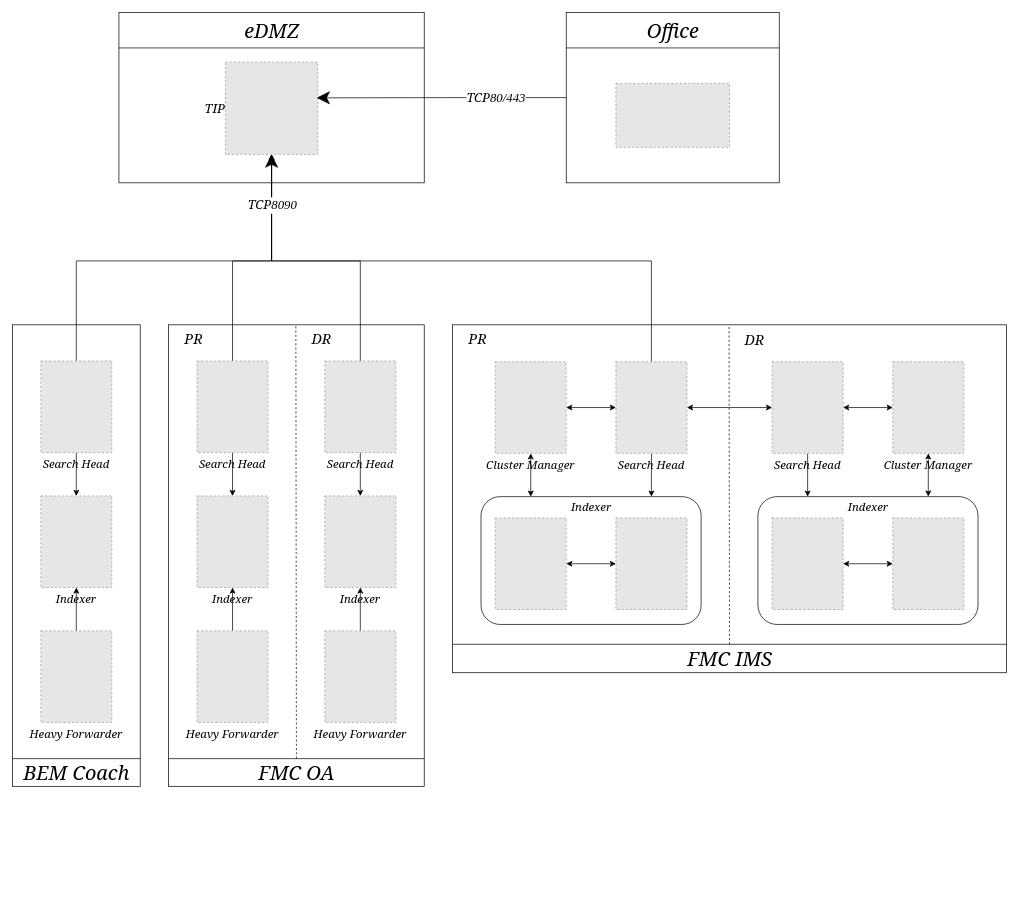
The draw.io diagram img/blk-bem/BLK_tip_v1.1.drawio in sumkomorebi/PicGo, before the edit. Source tidied: cells renumbered, new cells numbered last; positions are measured from the earlier drawing's top-left corner, leaving out a move shared by most shapes. Both pictures are drawn from the tidied source at 71%, with x=0, y=0 at pixel (12, 12). Pictures stored in the file or linked from it are replaced by grey dashed boxes.
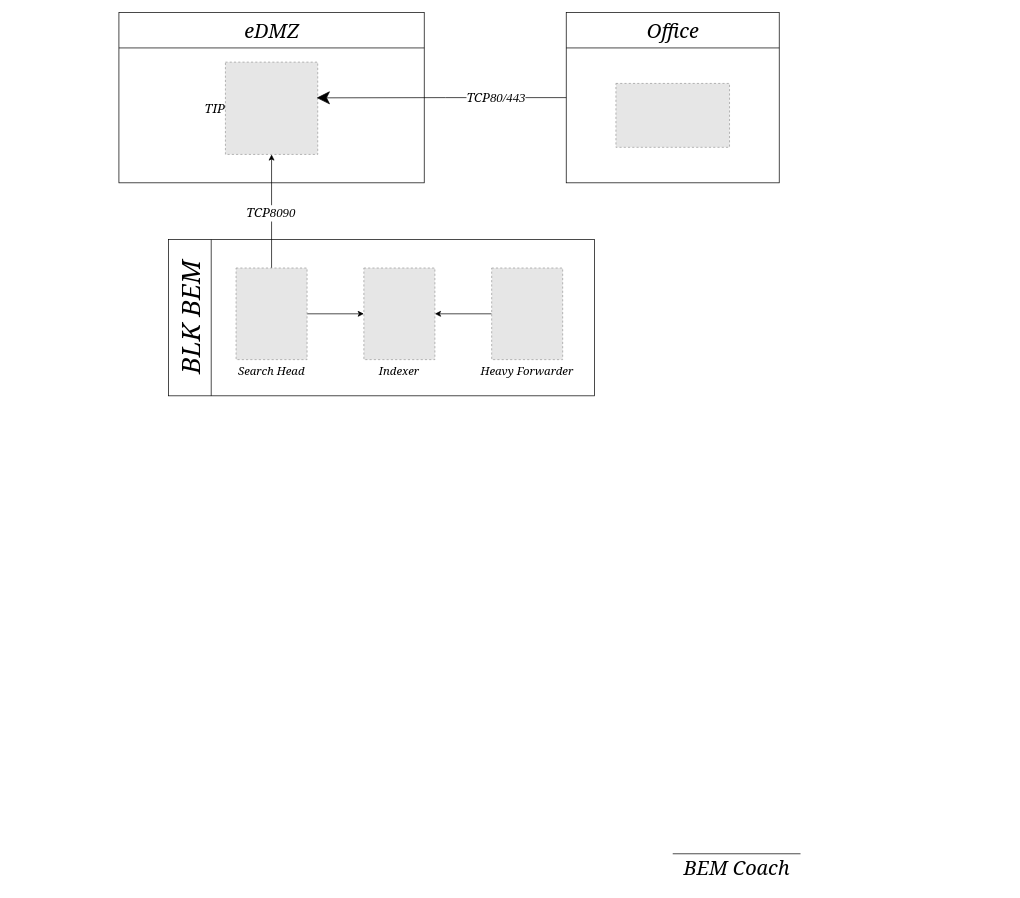
After the change.

Unchanged cells that the change refers to:
```xml
<mxCell id="12" style="fillColor=#E6E6E6;strokeColor=#999999;dashed=1;verticalLabelPosition=bottom;labelBackgroundColor=default;verticalAlign=top;fontStyle=2;fontFamily=Georgia;fontSize=20;" parent="1" vertex="1">
  <mxGeometry x="300" y="70" width="130" height="130" as="geometry" />
</mxCell>
```

Diff of the diagram source:
```diff
@@
-    <mxCell id="4" style="whiteSpace=wrap;html=1;" parent="1" vertex="1">
-      <mxGeometry x="620" y="440" width="780" height="490" as="geometry" />
-    </mxCell>
-    <mxCell id="5" style="whiteSpace=wrap;html=1;" parent="1" vertex="1">
-      <mxGeometry x="220" y="440" width="360" height="650" as="geometry" />
-    </mxCell>
-    <mxCell id="6" style="edgeStyle=orthogonalEdgeStyle;rounded=0;jettySize=auto;html=1;entryX=0.5;entryY=0;entryDx=0;entryDy=0;" parent="1" edge="1" source="8" target="9">
-      <mxGeometry relative="1" as="geometry" />
-    </mxCell>
-    <mxCell id="7" style="edgeStyle=orthogonalEdgeStyle;rounded=0;jettySize=auto;html=1;entryX=0.5;entryY=1;entryDx=0;entryDy=0;exitX=0.5;exitY=0;exitDx=0;exitDy=0;" parent="1" edge="1" source="8" target="12">
-      <mxGeometry relative="1" as="geometry">
-        <Array as="points">
-          <mxPoint x="310" y="350" />
-          <mxPoint x="365" y="350" />
-        </Array>
-      </mxGeometry>
-    </mxCell>
-    <mxCell id="8" value="Search Head" style="fillColor=#E6E6E6;strokeColor=#999999;dashed=1;verticalLabelPosition=bottom;verticalAlign=top;fontFamily=Georgia;fontStyle=2;fontSize=16;" parent="1" vertex="1">
-      <mxGeometry x="260" y="491" width="100" height="129" as="geometry" />
-    </mxCell>
-    <mxCell id="9" value="Indexer" style="fillColor=#E6E6E6;strokeColor=#999999;dashed=1;verticalLabelPosition=bottom;verticalAlign=top;fontStyle=2;fontFamily=Georgia;fontSize=16;" parent="1" vertex="1">
-      <mxGeometry x="260" y="681" width="100" height="129" as="geometry" />
-    </mxCell>
-    <mxCell id="10" style="edgeStyle=orthogonalEdgeStyle;rounded=0;jettySize=auto;html=1;exitX=0.5;exitY=0;exitDx=0;exitDy=0;entryX=0.5;entryY=1;entryDx=0;entryDy=0;" parent="1" edge="1" source="11" target="9">
-      <mxGeometry relative="1" as="geometry" />
-    </mxCell>
-    <mxCell id="11" value="Heavy Forwarder" style="fillColor=#E6E6E6;strokeColor=#999999;dashed=1;verticalLabelPosition=bottom;verticalAlign=top;fontFamily=Georgia;fontStyle=2;fontSize=16;" parent="1" vertex="1">
-      <mxGeometry x="260" y="871" width="100" height="129" as="geometry" />
-    </mxCell>
@@
-    <mxCell id="13" style="edgeStyle=orthogonalEdgeStyle;rounded=0;jettySize=auto;html=1;entryX=0.5;entryY=0;entryDx=0;entryDy=0;" parent="1" edge="1" source="15" target="16">
-      <mxGeometry relative="1" as="geometry" />
-    </mxCell>
-    <mxCell id="14" style="edgeStyle=orthogonalEdgeStyle;rounded=0;jettySize=auto;html=1;entryX=0.5;entryY=1;entryDx=0;entryDy=0;exitX=0.5;exitY=0;exitDx=0;exitDy=0;" parent="1" edge="1" source="15" target="12">
-      <mxGeometry relative="1" as="geometry">
-        <Array as="points">
-          <mxPoint x="490" y="350" />
-          <mxPoint x="365" y="350" />
-        </Array>
-      </mxGeometry>
-    </mxCell>
-    <mxCell id="15" value="Search Head" style="fillColor=#E6E6E6;strokeColor=#999999;dashed=1;verticalLabelPosition=bottom;verticalAlign=top;fontFamily=Georgia;fontStyle=2;fontSize=16;" parent="1" vertex="1">
-      <mxGeometry x="440" y="491" width="100" height="129" as="geometry" />
-    </mxCell>
-    <mxCell id="16" value="Indexer" style="fillColor=#E6E6E6;strokeColor=#999999;dashed=1;verticalLabelPosition=bottom;verticalAlign=top;fontStyle=2;fontFamily=Georgia;fontSize=16;" parent="1" vertex="1">
-      <mxGeometry x="440" y="681" width="100" height="129" as="geometry" />
-    </mxCell>
-    <mxCell id="17" style="edgeStyle=orthogonalEdgeStyle;rounded=0;jettySize=auto;html=1;exitX=0.5;exitY=0;exitDx=0;exitDy=0;entryX=0.5;entryY=1;entryDx=0;entryDy=0;" parent="1" edge="1" source="18" target="16">
-      <mxGeometry relative="1" as="geometry" />
-    </mxCell>
-    <mxCell id="18" value="Heavy Forwarder" style="fillColor=#E6E6E6;strokeColor=#999999;dashed=1;verticalLabelPosition=bottom;verticalAlign=top;fontFamily=Georgia;fontStyle=2;fontSize=16;" parent="1" vertex="1">
-      <mxGeometry x="440" y="871" width="100" height="129" as="geometry" />
-    </mxCell>
-    <mxCell id="19" style="endArrow=none;dashed=1;html=1;rounded=0;" parent="1" edge="1">
-      <mxGeometry relative="1" as="geometry">
-        <mxPoint x="400" y="1051" as="sourcePoint" />
-        <mxPoint x="399.2" y="440" as="targetPoint" />
-      </mxGeometry>
-    </mxCell>
-    <mxCell id="20" value="PR" style="text;html=1;align=center;verticalAlign=middle;strokeColor=none;fillColor=none;fontFamily=Georgia;fontStyle=2;fontSize=20;" parent="1" vertex="1">
-      <mxGeometry x="230" y="440" width="50" height="40" as="geometry" />
-    </mxCell>
-    <mxCell id="21" value="DR" style="text;html=1;align=center;verticalAlign=middle;strokeColor=none;fillColor=none;fontFamily=Georgia;fontStyle=2;fontSize=20;" parent="1" vertex="1">
-      <mxGeometry x="410" y="440" width="50" height="40" as="geometry" />
-    </mxCell>
-    <mxCell id="22" style="endArrow=none;html=1;rounded=0;" parent="1" edge="1">
-      <mxGeometry relative="1" as="geometry">
-        <mxPoint x="220" y="1051" as="sourcePoint" />
-        <mxPoint x="580" y="1051" as="targetPoint" />
-      </mxGeometry>
-    </mxCell>
-    <mxCell id="23" value="FMC OA" style="text;html=1;align=center;verticalAlign=middle;strokeColor=none;fillColor=none;fontStyle=2;fontFamily=Georgia;fontSize=28;" parent="1" vertex="1">
-      <mxGeometry x="335" y="1046" width="130" height="50" as="geometry" />
-    </mxCell>
-    <mxCell id="24" style="rounded=1;whiteSpace=wrap;html=1;fillColor=none;labelBackgroundColor=none;" parent="1" vertex="1">
-      <mxGeometry x="660" y="682" width="310" height="180" as="geometry" />
-    </mxCell>
-    <mxCell id="25" style="edgeStyle=orthogonalEdgeStyle;rounded=0;jettySize=auto;html=1;entryX=0;entryY=0.5;entryDx=0;entryDy=0;exitX=1;exitY=0.5;exitDx=0;exitDy=0;startArrow=classic;startFill=1;labelBackgroundColor=none;fontColor=default;" parent="1" edge="1" source="27" target="33">
-      <mxGeometry relative="1" as="geometry" />
-    </mxCell>
-    <mxCell id="26" style="edgeStyle=orthogonalEdgeStyle;rounded=0;jettySize=auto;html=1;exitX=0.5;exitY=1;exitDx=0;exitDy=0;entryX=0.226;entryY=0;entryDx=0;entryDy=0;entryPerimeter=0;startArrow=classic;startFill=1;" parent="1" edge="1" source="27" target="24">
-      <mxGeometry relative="1" as="geometry" />
-    </mxCell>
-    <mxCell id="27" value="Cluster Manager" style="fillColor=#E6E6E6;strokeColor=#999999;dashed=1;verticalLabelPosition=bottom;verticalAlign=top;labelBackgroundColor=none;fontFamily=Georgia;fontStyle=2;fontSize=16;" parent="1" vertex="1">
-      <mxGeometry x="680" y="492" width="100" height="129" as="geometry" />
-    </mxCell>
-    <mxCell id="28" style="edgeStyle=orthogonalEdgeStyle;rounded=0;jettySize=auto;html=1;entryX=0;entryY=0.5;entryDx=0;entryDy=0;verticalAlign=middle;startArrow=classic;startFill=1;labelBackgroundColor=none;fontColor=default;" parent="1" edge="1" source="29" target="34">
-      <mxGeometry relative="1" as="geometry" />
-    </mxCell>
-    <mxCell id="29" style="fillColor=#E6E6E6;strokeColor=#999999;dashed=1;verticalLabelPosition=bottom;verticalAlign=top;labelBackgroundColor=none;" parent="1" vertex="1">
-      <mxGeometry x="680" y="712" width="100" height="129" as="geometry" />
-    </mxCell>
-    <mxCell id="30" style="edgeStyle=orthogonalEdgeStyle;shape=connector;rounded=0;jettySize=auto;html=1;exitX=1;exitY=0.5;exitDx=0;exitDy=0;entryX=0;entryY=0.5;entryDx=0;entryDy=0;labelBackgroundColor=none;strokeColor=default;fontFamily=Helvetica;fontSize=11;fontColor=default;startArrow=classic;startFill=1;endArrow=classic;endFill=1;" parent="1" edge="1" source="33" target="42">
-      <mxGeometry relative="1" as="geometry" />
-    </mxCell>
-    <mxCell id="31" style="edgeStyle=orthogonalEdgeStyle;rounded=0;jettySize=auto;html=1;" parent="1" edge="1" source="33">
-      <mxGeometry relative="1" as="geometry">
-        <mxPoint x="900" y="682" as="targetPoint" />
-      </mxGeometry>
-    </mxCell>
-    <mxCell id="32" style="edgeStyle=orthogonalEdgeStyle;rounded=0;jettySize=auto;html=1;entryX=0.5;entryY=1;entryDx=0;entryDy=0;exitX=0.5;exitY=0;exitDx=0;exitDy=0;" parent="1" edge="1" source="33" target="12">
-      <mxGeometry relative="1" as="geometry">
-        <Array as="points">
-          <mxPoint x="900" y="350" />
-          <mxPoint x="365" y="350" />
-        </Array>
-      </mxGeometry>
-    </mxCell>
-    <mxCell id="33" value="Search Head" style="fillColor=#E6E6E6;strokeColor=#999999;dashed=1;verticalLabelPosition=bottom;verticalAlign=top;labelBackgroundColor=none;fontStyle=2;fontSize=16;fontFamily=Georgia;" parent="1" vertex="1">
-      <mxGeometry x="850" y="492" width="100" height="129" as="geometry" />
-    </mxCell>
-    <mxCell id="34" style="fillColor=#E6E6E6;strokeColor=#999999;dashed=1;verticalLabelPosition=bottom;verticalAlign=top;labelBackgroundColor=none;" parent="1" vertex="1">
-      <mxGeometry x="850" y="712" width="100" height="129" as="geometry" />
-    </mxCell>
-    <mxCell id="35" value="Indexer" style="text;html=1;align=center;verticalAlign=middle;strokeColor=none;fillColor=none;fontFamily=Georgia;fontStyle=2;fontSize=16;labelBackgroundColor=none;" parent="1" vertex="1">
-      <mxGeometry x="775" y="682" width="80" height="30" as="geometry" />
-    </mxCell>
-    <mxCell id="36" style="rounded=1;whiteSpace=wrap;html=1;fillColor=none;labelBackgroundColor=none;" parent="1" vertex="1">
-      <mxGeometry x="1050" y="682" width="310" height="180" as="geometry" />
-    </mxCell>
-    <mxCell id="37" style="edgeStyle=orthogonalEdgeStyle;rounded=0;jettySize=auto;html=1;entryX=1;entryY=0.5;entryDx=0;entryDy=0;startArrow=classic;startFill=1;" parent="1" edge="1" source="38" target="42">
-      <mxGeometry relative="1" as="geometry" />
-    </mxCell>
-    <mxCell id="38" value="Cluster Manager" style="fillColor=#E6E6E6;strokeColor=#999999;dashed=1;verticalLabelPosition=bottom;verticalAlign=top;labelBackgroundColor=none;fontStyle=2;fontSize=16;fontFamily=Georgia;" parent="1" vertex="1">
-      <mxGeometry x="1240" y="492" width="100" height="129" as="geometry" />
-    </mxCell>
-    <mxCell id="39" style="edgeStyle=orthogonalEdgeStyle;rounded=0;jettySize=auto;html=1;entryX=0;entryY=0.5;entryDx=0;entryDy=0;verticalAlign=middle;startArrow=classic;startFill=1;labelBackgroundColor=none;fontColor=default;" parent="1" edge="1" source="40" target="43">
-      <mxGeometry relative="1" as="geometry" />
-    </mxCell>
-    <mxCell id="40" style="fillColor=#E6E6E6;strokeColor=#999999;dashed=1;verticalLabelPosition=bottom;verticalAlign=top;labelBackgroundColor=none;" parent="1" vertex="1">
-      <mxGeometry x="1070" y="712" width="100" height="129" as="geometry" />
-    </mxCell>
-    <mxCell id="41" style="edgeStyle=orthogonalEdgeStyle;rounded=0;jettySize=auto;html=1;exitX=0.5;exitY=1;exitDx=0;exitDy=0;" parent="1" edge="1" source="42">
-      <mxGeometry relative="1" as="geometry">
-        <mxPoint x="1120" y="682" as="targetPoint" />
-      </mxGeometry>
-    </mxCell>
-    <mxCell id="42" value="Search Head" style="fillColor=#E6E6E6;strokeColor=#999999;dashed=1;verticalLabelPosition=bottom;verticalAlign=top;labelBackgroundColor=none;fontStyle=2;fontFamily=Georgia;fontSize=16;" parent="1" vertex="1">
-      <mxGeometry x="1070" y="492" width="100" height="129" as="geometry" />
-    </mxCell>
-    <mxCell id="43" style="fillColor=#E6E6E6;strokeColor=#999999;dashed=1;verticalLabelPosition=bottom;verticalAlign=top;labelBackgroundColor=none;" parent="1" vertex="1">
-      <mxGeometry x="1240" y="712" width="100" height="129" as="geometry" />
-    </mxCell>
-    <mxCell id="44" value="Indexer" style="text;html=1;align=center;verticalAlign=middle;strokeColor=none;fillColor=none;fontFamily=Georgia;fontStyle=2;fontSize=16;labelBackgroundColor=none;" parent="1" vertex="1">
-      <mxGeometry x="1165" y="682" width="80" height="30" as="geometry" />
-    </mxCell>
-    <mxCell id="45" style="edgeStyle=orthogonalEdgeStyle;rounded=0;orthogonalLoop=1;jettySize=auto;html=1;exitX=0.5;exitY=1;exitDx=0;exitDy=0;labelBackgroundColor=none;fontColor=default;" parent="1" edge="1">
-      <mxGeometry relative="1" as="geometry">
-        <mxPoint x="660" y="912" as="sourcePoint" />
-        <mxPoint x="660" y="912" as="targetPoint" />
-      </mxGeometry>
-    </mxCell>
-    <mxCell id="46" style="edgeStyle=orthogonalEdgeStyle;rounded=0;jettySize=auto;html=1;exitX=0.5;exitY=1;exitDx=0;exitDy=0;entryX=0.774;entryY=-0.001;entryDx=0;entryDy=0;entryPerimeter=0;startArrow=classic;startFill=1;" parent="1" edge="1" source="38" target="36">
-      <mxGeometry relative="1" as="geometry" />
-    </mxCell>
-    <mxCell id="47" style="endArrow=none;dashed=1;html=1;rounded=0;" parent="1" edge="1">
-      <mxGeometry relative="1" as="geometry">
-        <mxPoint x="1010" y="890" as="sourcePoint" />
-        <mxPoint x="1009.3" y="440" as="targetPoint" />
-      </mxGeometry>
-    </mxCell>
-    <mxCell id="48" style="endArrow=none;html=1;rounded=0;" parent="1" edge="1">
-      <mxGeometry relative="1" as="geometry">
-        <mxPoint x="620" y="890" as="sourcePoint" />
-        <mxPoint x="1400" y="890" as="targetPoint" />
-      </mxGeometry>
-    </mxCell>
-    <mxCell id="49" value="FMC IMS" style="text;html=1;align=center;verticalAlign=middle;strokeColor=none;fillColor=none;fontStyle=2;fontFamily=Georgia;fontSize=28;" parent="1" vertex="1">
-      <mxGeometry x="940" y="885" width="140" height="50" as="geometry" />
-    </mxCell>
-    <mxCell id="50" value="DR" style="text;html=1;align=center;verticalAlign=middle;strokeColor=none;fillColor=none;fontFamily=Georgia;fontStyle=2;fontSize=20;" parent="1" vertex="1">
-      <mxGeometry x="1020" y="441" width="50" height="40" as="geometry" />
-    </mxCell>
-    <mxCell id="51" value="PR" style="text;html=1;align=center;verticalAlign=middle;strokeColor=none;fillColor=none;fontFamily=Georgia;fontStyle=2;fontSize=20;" parent="1" vertex="1">
-      <mxGeometry x="630" y="440" width="50" height="40" as="geometry" />
-    </mxCell>
     <mxCell id="52" style="whiteSpace=wrap;html=1;" parent="1" vertex="1">
-      <mxGeometry y="440" width="180" height="650" as="geometry" />
+      <mxGeometry x="220" y="320" width="600" height="220" as="geometry" />
     </mxCell>
-    <mxCell id="53" style="edgeStyle=orthogonalEdgeStyle;rounded=0;jettySize=auto;html=1;entryX=0.5;entryY=0;entryDx=0;entryDy=0;" parent="1" edge="1" source="56" target="57">
+    <mxCell id="53" style="edgeStyle=orthogonalEdgeStyle;rounded=0;jettySize=auto;html=1;entryX=0;entryY=0.5;entryDx=0;entryDy=0;" parent="1" edge="1" source="56" target="57">
       <mxGeometry relative="1" as="geometry" />
     </mxCell>
-    <mxCell id="54" style="edgeStyle=orthogonalEdgeStyle;rounded=0;jettySize=auto;html=1;exitX=0.5;exitY=0;exitDx=0;exitDy=0;entryX=0.5;entryY=1;entryDx=0;entryDy=0;endSize=16;" parent="1" edge="1" source="56" target="12">
-      <mxGeometry relative="1" as="geometry">
-        <Array as="points">
-          <mxPoint x="90" y="350" />
-          <mxPoint x="365" y="350" />
-        </Array>
-      </mxGeometry>
+    <mxCell id="54" style="edgeStyle=orthogonalEdgeStyle;rounded=0;jettySize=auto;html=1;" parent="1" edge="1" source="56" target="12">
+      <mxGeometry relative="1" as="geometry" />
     </mxCell>
-    <mxCell id="55" value="TCP&lt;font face=&quot;Times New Roman&quot; style=&quot;font-size: 18px;&quot;&gt;8090&lt;/font&gt;" style="edgeLabel;html=1;align=center;verticalAlign=middle;fontStyle=2;fontFamily=Georgia;fontSize=18;" parent="54" vertex="1">
-      <mxGeometry x="0.9" y="-3" relative="1" as="geometry">
-        <mxPoint x="-3" y="43" as="offset" />
-      </mxGeometry>
+    <mxCell id="55" value="TCP&lt;font face=&quot;Times New Roman&quot;&gt;8090&lt;/font&gt;" style="edgeLabel;html=1;align=center;verticalAlign=middle;fontSize=18;fontFamily=Georgia;fontStyle=2;" parent="54" vertex="1">
+      <mxGeometry x="-0.03" y="2" relative="1" as="geometry" />
     </mxCell>
     <mxCell id="56" value="Search Head" style="fillColor=#E6E6E6;strokeColor=#999999;dashed=1;verticalLabelPosition=bottom;verticalAlign=top;fontFamily=Georgia;fontStyle=2;fontSize=16;" parent="1" vertex="1">
-      <mxGeometry x="40" y="491" width="100" height="129" as="geometry" />
+      <mxGeometry x="315" y="360" width="100" height="129" as="geometry" />
     </mxCell>
     <mxCell id="57" value="Indexer" style="fillColor=#E6E6E6;strokeColor=#999999;dashed=1;verticalLabelPosition=bottom;verticalAlign=top;fontStyle=2;fontFamily=Georgia;fontSize=16;" parent="1" vertex="1">
-      <mxGeometry x="40" y="681" width="100" height="129" as="geometry" />
+      <mxGeometry x="495" y="360" width="100" height="129" as="geometry" />
     </mxCell>
-    <mxCell id="58" style="edgeStyle=orthogonalEdgeStyle;rounded=0;jettySize=auto;html=1;exitX=0.5;exitY=0;exitDx=0;exitDy=0;entryX=0.5;entryY=1;entryDx=0;entryDy=0;" parent="1" edge="1" source="59" target="57">
+    <mxCell id="58" style="edgeStyle=orthogonalEdgeStyle;rounded=0;jettySize=auto;html=1;" parent="1" edge="1" source="59" target="57">
       <mxGeometry relative="1" as="geometry" />
     </mxCell>
     <mxCell id="59" value="Heavy Forwarder" style="fillColor=#E6E6E6;strokeColor=#999999;dashed=1;verticalLabelPosition=bottom;verticalAlign=top;fontFamily=Georgia;fontStyle=2;fontSize=16;" parent="1" vertex="1">
-      <mxGeometry x="40" y="871" width="100" height="129" as="geometry" />
+      <mxGeometry x="675" y="360" width="100" height="129" as="geometry" />
     </mxCell>
     <mxCell id="60" style="endArrow=none;html=1;rounded=0;" parent="1" edge="1">
       <mxGeometry relative="1" as="geometry">
-        <mxPoint y="1051" as="sourcePoint" />
-        <mxPoint x="180" y="1051" as="targetPoint" />
+        <mxPoint x="930" y="1185" as="sourcePoint" />
+        <mxPoint x="1110" y="1185" as="targetPoint" />
       </mxGeometry>
     </mxCell>
     <mxCell id="61" value="BEM Coach" style="text;html=1;align=center;verticalAlign=middle;strokeColor=none;fillColor=none;fontStyle=2;fontFamily=Georgia;fontSize=28;" parent="1" vertex="1">
-      <mxGeometry x="5" y="1046" width="170" height="50" as="geometry" />
+      <mxGeometry x="935" y="1180" width="170" height="50" as="geometry" />
     </mxCell>
@@
+    <mxCell id="70" style="endArrow=none;html=1;rounded=0;exitX=0.131;exitY=0;exitDx=0;exitDy=0;exitPerimeter=0;entryX=0.131;entryY=1;entryDx=0;entryDy=0;entryPerimeter=0;" parent="1" edge="1">
+      <mxGeometry relative="1" as="geometry">
+        <mxPoint x="280" y="320" as="sourcePoint" />
+        <mxPoint x="280" y="540" as="targetPoint" />
+      </mxGeometry>
+    </mxCell>
+    <mxCell id="71" value="BLK BEM" style="text;html=1;align=center;verticalAlign=middle;strokeColor=none;fillColor=none;fontFamily=Georgia;fontStyle=2;fontSize=36;rotation=-90;" parent="1" vertex="1">
+      <mxGeometry x="160" y="400" width="180" height="60" as="geometry" />
+    </mxCell>
```
